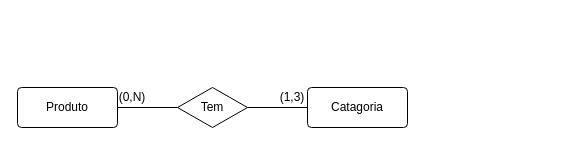
Above: page "Modelo Conceitual" (1 of 2) of requirements/ecommerce-database.drawio in FranciscoMiojo/ecommerce-node-api (draw.io), before the change. Source tidied: cells renumbered, new cells numbered last; positions are measured from the earlier drawing's top-left corner, leaving out a move shared by most shapes. Both pictures are drawn from the tidied source at 100%, with x=0, y=0 at pixel (17, 87).
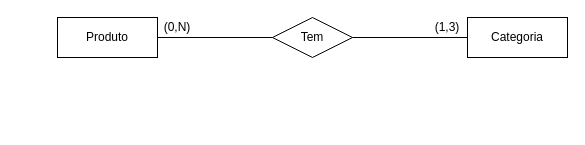
After the change.

What changed in the source:
```diff
@@
 <mxGraphModel>
   <root>
     <mxCell id="0" />
     <mxCell id="1" parent="0" />
     <mxCell id="2" style="edgeStyle=none;html=1;exitX=1;exitY=0.5;exitDx=0;exitDy=0;entryX=0;entryY=0.5;entryDx=0;entryDy=0;endArrow=none;endFill=0;" parent="1" edge="1" source="3" target="6">
       <mxGeometry relative="1" as="geometry" />
     </mxCell>
-    <mxCell id="3" value="Produto" style="rounded=1;arcSize=10;whiteSpace=wrap;html=1;align=center;" parent="1" vertex="1">
-      <mxGeometry width="100" height="40" as="geometry" />
+    <mxCell id="3" value="Produto" style="whiteSpace=wrap;html=1;align=center;" parent="1" vertex="1">
+      <mxGeometry x="40" y="-70" width="100" height="40" as="geometry" />
     </mxCell>
+    <mxCell id="5" style="edgeStyle=none;html=1;exitX=0;exitY=0.5;exitDx=0;exitDy=0;entryX=1;entryY=0.5;entryDx=0;entryDy=0;endArrow=none;endFill=0;" parent="1" edge="1" source="4" target="6">
+      <mxGeometry relative="1" as="geometry" />
+    </mxCell>
-    <mxCell id="4" value="Catagoria" style="rounded=1;arcSize=10;whiteSpace=wrap;html=1;align=center;" parent="1" vertex="1">
-      <mxGeometry x="290" width="100" height="40" as="geometry" />
+    <mxCell id="4" value="Categoria" style="whiteSpace=wrap;html=1;align=center;" parent="1" vertex="1">
+      <mxGeometry x="450" y="-70" width="100" height="40" as="geometry" />
     </mxCell>
-    <mxCell id="5" style="edgeStyle=none;html=1;exitX=1;exitY=0.5;exitDx=0;exitDy=0;entryX=0;entryY=0.5;entryDx=0;entryDy=0;endArrow=none;endFill=0;" parent="1" edge="1" source="6" target="4">
-      <mxGeometry relative="1" as="geometry" />
-    </mxCell>
     <mxCell id="6" value="Tem" style="shape=rhombus;perimeter=rhombusPerimeter;whiteSpace=wrap;html=1;align=center;" parent="1" vertex="1">
-      <mxGeometry x="160" width="70" height="40" as="geometry" />
+      <mxGeometry x="255" y="-70" width="80" height="40" as="geometry" />
     </mxCell>
     <mxCell id="7" value="(1,3)" style="text;html=1;strokeColor=none;fillColor=none;align=center;verticalAlign=middle;whiteSpace=wrap;rounded=0;" parent="1" vertex="1">
-      <mxGeometry x="260" width="30" height="20" as="geometry" />
+      <mxGeometry x="410" y="-70" width="40" height="20" as="geometry" />
     </mxCell>
     <mxCell id="8" value="(0,N)" style="text;html=1;strokeColor=none;fillColor=none;align=center;verticalAlign=middle;whiteSpace=wrap;rounded=0;" parent="1" vertex="1">
-      <mxGeometry x="100" width="30" height="20" as="geometry" />
+      <mxGeometry x="140" y="-70" width="40" height="20" as="geometry" />
     </mxCell>
   </root>
 </mxGraphModel>
```
